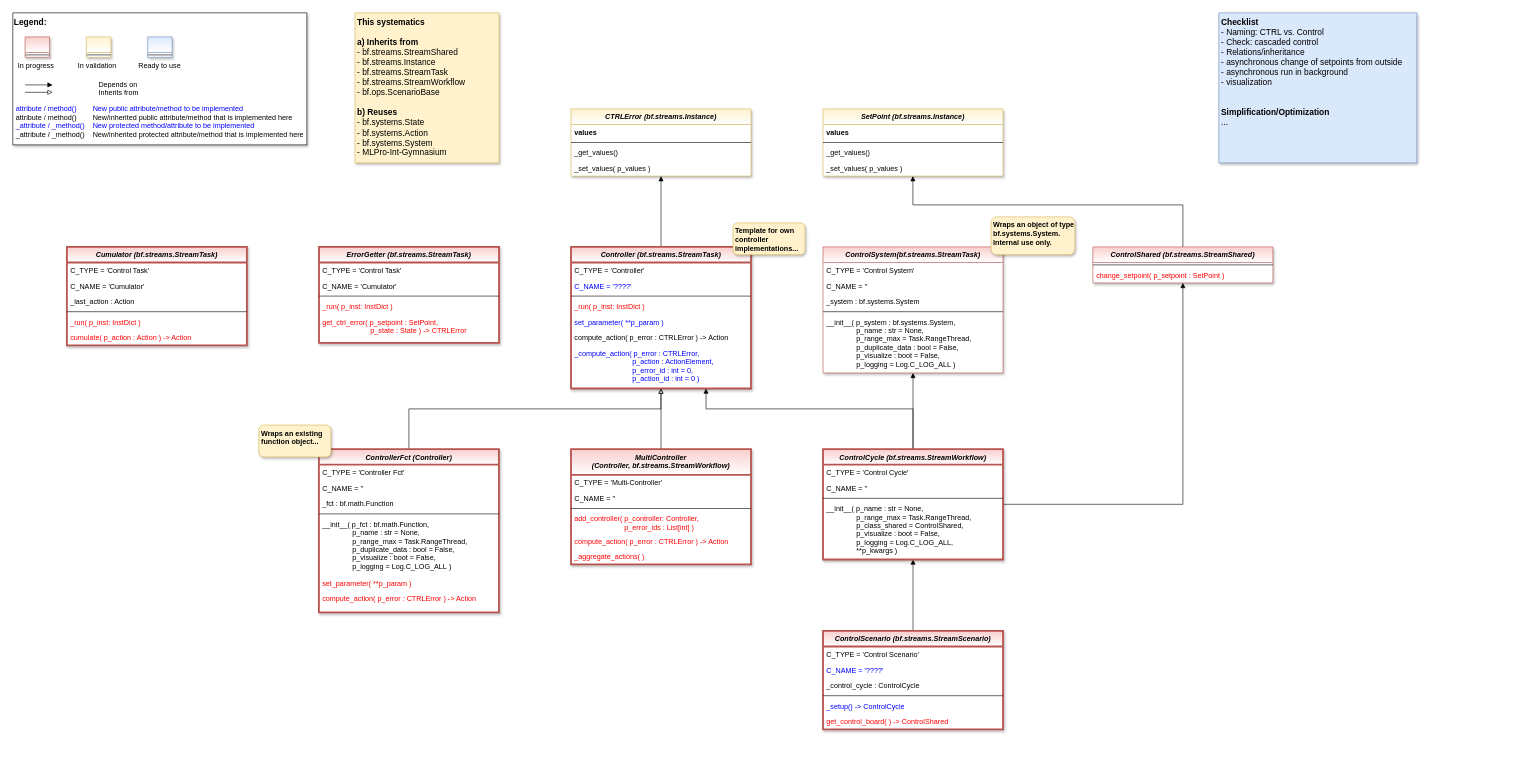
The draw.io diagram doc/rtd/content/99_appendices/appendix2/sub/core/mlpro_bf/layer3_application_support/images/MLPro-BF-Control_class_diagram.drawio in fhswf/MLPro, before the edit. Source tidied: cells renumbered, new cells numbered last; positions are measured from the earlier drawing's top-left corner, leaving out a move shared by most shapes. Both pictures are drawn from the tidied source at 60%, with x=0, y=0 at pixel (13, 13).
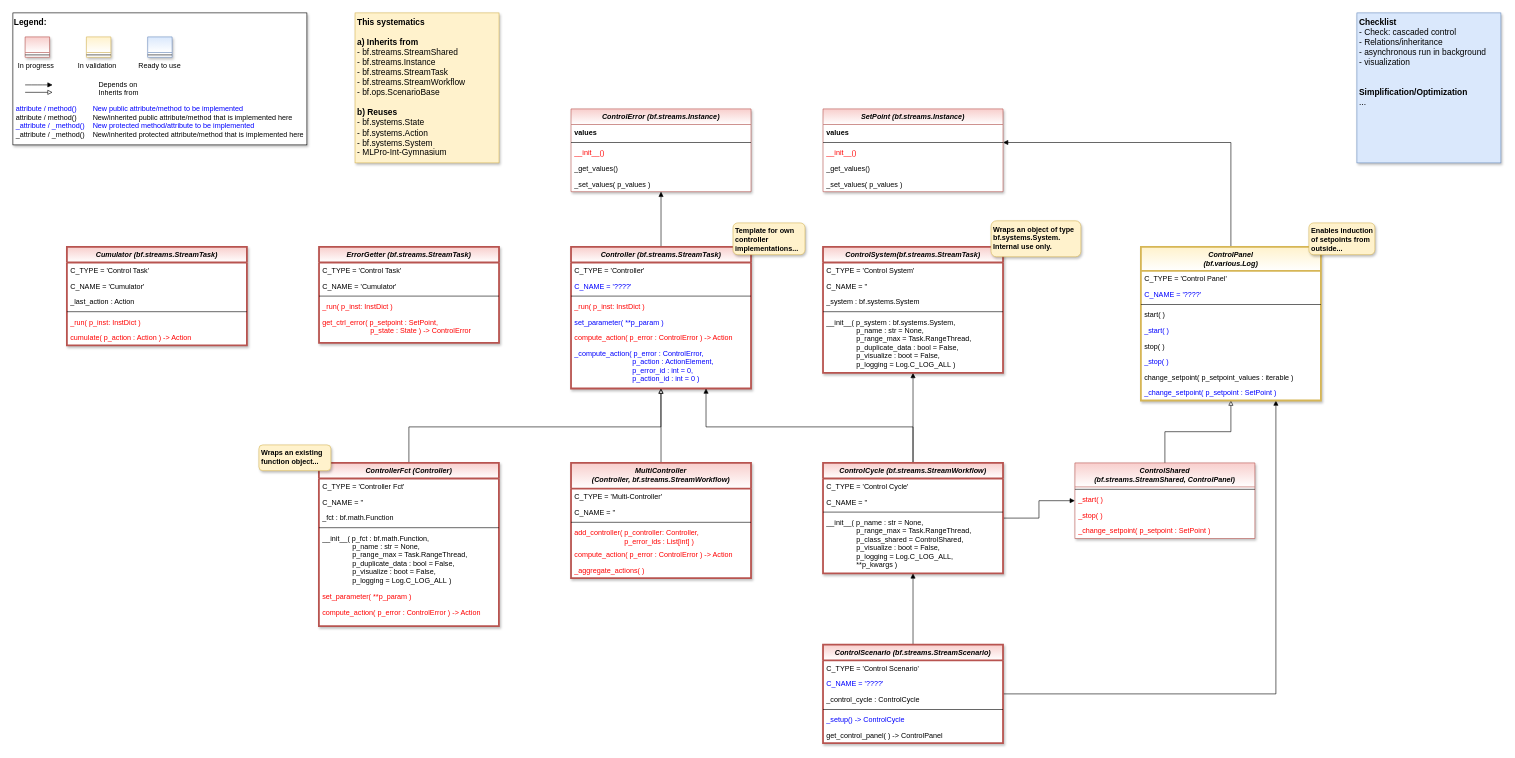
After the change.

Commit message (it also covers changes not shown here):
BF: Basics of closed-loop control #1046

The change refers to these unchanged cells:
```xml
<mxCell id="35" value="ErrorGetter (bf.streams.StreamTask)" style="swimlane;fontStyle=3;align=center;verticalAlign=top;horizontal=1;startSize=26;rounded=0;shadow=1;strokeWidth=3;fillColor=#f8cecc;strokeColor=#b85450;swimlaneFillColor=#ffffff;gradientColor=#FFFFFF;" parent="1" vertex="1">
  <mxGeometry x="510.2" y="390" width="300" height="160" as="geometry" />
</mxCell>
<mxCell id="42" value="Controller (bf.streams.StreamTask)" style="swimlane;fontStyle=3;align=center;verticalAlign=top;horizontal=1;startSize=26;rounded=0;shadow=1;strokeWidth=3;fillColor=#f8cecc;strokeColor=#b85450;swimlaneFillColor=#ffffff;gradientColor=#FFFFFF;" parent="1" vertex="1">
  <mxGeometry x="930.2" y="390" width="300" height="236" as="geometry" />
</mxCell>
```

The edit, as a diff of the source:
```diff
@@
-    <mxCell id="2" value="CTRLError (bf.streams.Instance)" style="swimlane;fontStyle=3;align=center;verticalAlign=top;horizontal=1;startSize=26;rounded=0;shadow=1;strokeWidth=1;fillColor=#fff2cc;strokeColor=#d6b656;swimlaneFillColor=#ffffff;gradientColor=#FFFFFF;" parent="1" vertex="1">
-      <mxGeometry x="930.2" y="160" width="300" height="112" as="geometry" />
+    <mxCell id="2" value="ControlError (bf.streams.Instance)" style="swimlane;fontStyle=3;align=center;verticalAlign=top;horizontal=1;startSize=26;rounded=0;shadow=1;strokeWidth=1;fillColor=#f8cecc;strokeColor=#b85450;swimlaneFillColor=#ffffff;gradientColor=#FFFFFF;" parent="1" vertex="1">
+      <mxGeometry x="930.2" y="160" width="300" height="138" as="geometry" />
     </mxCell>
@@
+    <mxCell id="91" value="__init__()" style="text;align=left;verticalAlign=top;spacingLeft=4;spacingRight=4;overflow=hidden;fontColor=#FF0000;" parent="2" vertex="1">
+      <mxGeometry y="60" width="300" height="26" as="geometry" />
+    </mxCell>
     <mxCell id="5" value="_get_values()" style="text;align=left;verticalAlign=top;spacingLeft=4;spacingRight=4;overflow=hidden;fontColor=default;" parent="2" vertex="1">
-      <mxGeometry y="60" width="300" height="26" as="geometry" />
+      <mxGeometry y="86" width="300" height="26" as="geometry" />
     </mxCell>
     <mxCell id="6" value="_set_values( p_values )" style="text;align=left;verticalAlign=top;spacingLeft=4;spacingRight=4;overflow=hidden;fontColor=default;" parent="2" vertex="1">
-      <mxGeometry y="86" width="300" height="26" as="geometry" />
+      <mxGeometry y="112" width="300" height="26" as="geometry" />
     </mxCell>
-    <mxCell id="7" style="edgeStyle=orthogonalEdgeStyle;rounded=0;jettySize=auto;html=1;endArrow=block;endFill=1;" parent="1" edge="1" source="8" target="57">
-      <mxGeometry relative="1" as="geometry">
-        <Array as="points">
-          <mxPoint x="1950" y="320" />
-          <mxPoint x="1500" y="320" />
-        </Array>
-      </mxGeometry>
+    <mxCell id="7" style="edgeStyle=orthogonalEdgeStyle;rounded=0;jettySize=auto;html=1;endArrow=block;endFill=0;" parent="1" edge="1" source="8" target="98">
+      <mxGeometry relative="1" as="geometry" />
     </mxCell>
-    <mxCell id="8" value="ControlShared (bf.streams.StreamShared)" style="swimlane;fontStyle=3;align=center;verticalAlign=top;horizontal=1;startSize=26;rounded=0;shadow=1;strokeWidth=1;fillColor=#f8cecc;strokeColor=#b85450;swimlaneFillColor=#ffffff;gradientColor=#FFFFFF;" parent="1" vertex="1">
-      <mxGeometry x="1800" y="390" width="300" height="60" as="geometry" />
+    <mxCell id="8" value="ControlShared &#10;(bf.streams.StreamShared, ControlPanel)" style="swimlane;fontStyle=3;align=center;verticalAlign=top;horizontal=1;startSize=40;rounded=0;shadow=1;strokeWidth=1;fillColor=#f8cecc;strokeColor=#b85450;swimlaneFillColor=#ffffff;gradientColor=#FFFFFF;" parent="1" vertex="1">
+      <mxGeometry x="1770" y="750" width="300" height="126" as="geometry" />
     </mxCell>
     <mxCell id="9" style="line;html=1;strokeWidth=1;align=left;verticalAlign=middle;spacingTop=-1;spacingLeft=3;spacingRight=3;labelPosition=right;" parent="8" vertex="1">
-      <mxGeometry y="26" width="300" height="8" as="geometry" />
+      <mxGeometry y="40" width="300" height="8" as="geometry" />
     </mxCell>
-    <mxCell id="10" value="change_setpoint( p_setpoint : SetPoint )" style="text;align=left;verticalAlign=top;spacingLeft=4;spacingRight=4;overflow=hidden;fontColor=#FF0000;" parent="8" vertex="1">
-      <mxGeometry y="34" width="300" height="26" as="geometry" />
-    </mxCell>
+    <mxCell id="92" value="_start( )" style="text;align=left;verticalAlign=top;spacingLeft=4;spacingRight=4;overflow=hidden;fontColor=#FF0000;" parent="8" vertex="1">
+      <mxGeometry y="48" width="300" height="26" as="geometry" />
+    </mxCell>
+    <mxCell id="93" value="_stop( )" style="text;align=left;verticalAlign=top;spacingLeft=4;spacingRight=4;overflow=hidden;fontColor=#FF0000;" parent="8" vertex="1">
+      <mxGeometry y="74" width="300" height="26" as="geometry" />
+    </mxCell>
+    <mxCell id="94" value="_change_setpoint( p_setpoint : SetPoint )" style="text;align=left;verticalAlign=top;spacingLeft=4;spacingRight=4;overflow=hidden;fontColor=#FF0000;" parent="8" vertex="1">
+      <mxGeometry y="100" width="300" height="26" as="geometry" />
+    </mxCell>
@@
     <mxCell id="12" value="MultiController&#10;(Controller, bf.streams.StreamWorkflow)" style="swimlane;fontStyle=3;align=center;verticalAlign=top;horizontal=1;startSize=43;rounded=0;shadow=1;strokeWidth=3;fillColor=#f8cecc;strokeColor=#b85450;swimlaneFillColor=#ffffff;gradientColor=#FFFFFF;" parent="1" vertex="1">
-      <mxGeometry x="930.2" y="727" width="300" height="192" as="geometry" />
+      <mxGeometry x="930.2" y="750" width="300" height="192" as="geometry" />
     </mxCell>
@@
-    <mxCell id="17" value="compute_action( p_error : CTRLError ) -&gt; Action" style="text;align=left;verticalAlign=top;spacingLeft=4;spacingRight=4;overflow=hidden;fontColor=#FF0000;" parent="12" vertex="1">
+    <mxCell id="17" value="compute_action( p_error : ControlError ) -&gt; Action" style="text;align=left;verticalAlign=top;spacingLeft=4;spacingRight=4;overflow=hidden;fontColor=#FF0000;" parent="12" vertex="1">
       <mxGeometry y="140" width="300" height="26" as="geometry" />
     </mxCell>
@@
-    <mxCell id="19" style="edgeStyle=orthogonalEdgeStyle;rounded=0;jettySize=auto;html=1;fontColor=#FF0000;endArrow=block;endFill=1;" parent="1" edge="1" source="52" target="8">
-      <mxGeometry relative="1" as="geometry" />
-    </mxCell>
@@
+    <mxCell id="95" style="edgeStyle=orthogonalEdgeStyle;rounded=0;jettySize=auto;html=1;fontColor=#FF0000;endArrow=block;endFill=1;entryX=0.75;entryY=1;entryDx=0;entryDy=0;" parent="1" edge="1" source="21" target="98">
+      <mxGeometry relative="1" as="geometry" />
+    </mxCell>
     <mxCell id="21" value="ControlScenario (bf.streams.StreamScenario)" style="swimlane;fontStyle=3;align=center;verticalAlign=top;horizontal=1;startSize=26;rounded=0;shadow=1;strokeWidth=3;fillColor=#f8cecc;strokeColor=#b85450;swimlaneFillColor=#ffffff;gradientColor=#FFFFFF;" parent="1" vertex="1">
-      <mxGeometry x="1350.2" y="1030" width="300" height="164" as="geometry" />
+      <mxGeometry x="1350.2" y="1053" width="300" height="164" as="geometry" />
     </mxCell>
@@
-    <mxCell id="27" value="get_control_board( ) -&gt; ControlShared" style="text;align=left;verticalAlign=top;spacingLeft=4;spacingRight=4;overflow=hidden;fontColor=#FF0000;" parent="21" vertex="1">
+    <mxCell id="27" value="get_control_panel( ) -&gt; ControlPanel" style="text;align=left;verticalAlign=top;spacingLeft=4;spacingRight=4;overflow=hidden;fontColor=default;" parent="21" vertex="1">
       <mxGeometry y="138" width="300" height="26" as="geometry" />
     </mxCell>
@@
-    <mxCell id="40" value="get_ctrl_error( p_setpoint : SetPoint, &#10;                        p_state : State ) -&gt; CTRLError" style="text;align=left;verticalAlign=top;spacingLeft=4;spacingRight=4;overflow=hidden;fontColor=#FF0000;" parent="35" vertex="1">
+    <mxCell id="40" value="get_ctrl_error( p_setpoint : SetPoint, &#10;                        p_state : State ) -&gt; ControlError" style="text;align=left;verticalAlign=top;spacingLeft=4;spacingRight=4;overflow=hidden;fontColor=#FF0000;" parent="35" vertex="1">
       <mxGeometry y="112" width="300" height="38" as="geometry" />
     </mxCell>
@@
-    <mxCell id="48" value="compute_action( p_error : CTRLError ) -&gt; Action" style="text;align=left;verticalAlign=top;spacingLeft=4;spacingRight=4;overflow=hidden;fontColor=default;" parent="42" vertex="1">
+    <mxCell id="48" value="compute_action( p_error : ControlError ) -&gt; Action" style="text;align=left;verticalAlign=top;spacingLeft=4;spacingRight=4;overflow=hidden;fontColor=#FF0000;" parent="42" vertex="1">
       <mxGeometry y="138" width="300" height="26" as="geometry" />
     </mxCell>
-    <mxCell id="49" value="_compute_action( p_error : CTRLError, &#10;                             p_action : ActionElement,&#10;                             p_error_id : int = 0,&#10;                             p_action_id : int = 0 )" style="text;align=left;verticalAlign=top;spacingLeft=4;spacingRight=4;overflow=hidden;fontColor=#0000FF;" parent="42" vertex="1">
+    <mxCell id="49" value="_compute_action( p_error : ControlError, &#10;                             p_action : ActionElement,&#10;                             p_error_id : int = 0,&#10;                             p_action_id : int = 0 )" style="text;align=left;verticalAlign=top;spacingLeft=4;spacingRight=4;overflow=hidden;fontColor=#0000FF;" parent="42" vertex="1">
       <mxGeometry y="164" width="300" height="72" as="geometry" />
     </mxCell>
     <mxCell id="50" style="edgeStyle=orthogonalEdgeStyle;rounded=0;jettySize=auto;html=1;fontColor=#FF0000;endArrow=block;endFill=1;entryX=0.75;entryY=1;entryDx=0;entryDy=0;" parent="1" edge="1" source="52" target="42">
       <mxGeometry relative="1" as="geometry">
         <Array as="points">
-          <mxPoint x="1500" y="660" />
-          <mxPoint x="1155" y="660" />
+          <mxPoint x="1500" y="690" />
+          <mxPoint x="1155" y="690" />
         </Array>
       </mxGeometry>
     </mxCell>
@@
+    <mxCell id="19" style="edgeStyle=orthogonalEdgeStyle;rounded=0;jettySize=auto;html=1;entryX=0;entryY=0.5;entryDx=0;entryDy=0;fontColor=#FF0000;endArrow=block;endFill=1;" parent="1" edge="1" source="52" target="8">
+      <mxGeometry relative="1" as="geometry" />
+    </mxCell>
     <mxCell id="52" value="ControlCycle (bf.streams.StreamWorkflow)" style="swimlane;fontStyle=3;align=center;verticalAlign=top;horizontal=1;startSize=26;rounded=0;shadow=1;strokeWidth=3;fillColor=#f8cecc;strokeColor=#b85450;swimlaneFillColor=#ffffff;gradientColor=#FFFFFF;" parent="1" vertex="1">
-      <mxGeometry x="1350.2" y="727" width="300" height="184" as="geometry" />
+      <mxGeometry x="1350.2" y="750" width="300" height="184" as="geometry" />
     </mxCell>
@@
-    <mxCell id="57" value="SetPoint (bf.streams.Instance)" style="swimlane;fontStyle=3;align=center;verticalAlign=top;horizontal=1;startSize=26;rounded=0;shadow=1;strokeWidth=1;fillColor=#fff2cc;strokeColor=#d6b656;swimlaneFillColor=#ffffff;gradientColor=#FFFFFF;" parent="1" vertex="1">
-      <mxGeometry x="1350.2" y="160" width="300" height="112" as="geometry" />
+    <mxCell id="57" value="SetPoint (bf.streams.Instance)" style="swimlane;fontStyle=3;align=center;verticalAlign=top;horizontal=1;startSize=26;rounded=0;shadow=1;strokeWidth=1;fillColor=#f8cecc;strokeColor=#b85450;swimlaneFillColor=#ffffff;gradientColor=#FFFFFF;" parent="1" vertex="1">
+      <mxGeometry x="1350.2" y="160" width="300" height="138" as="geometry" />
     </mxCell>
@@
+    <mxCell id="96" value="__init__()" style="text;align=left;verticalAlign=top;spacingLeft=4;spacingRight=4;overflow=hidden;fontColor=#FF0000;" parent="57" vertex="1">
+      <mxGeometry y="60" width="300" height="26" as="geometry" />
+    </mxCell>
     <mxCell id="60" value="_get_values()" style="text;align=left;verticalAlign=top;spacingLeft=4;spacingRight=4;overflow=hidden;fontColor=default;" parent="57" vertex="1">
-      <mxGeometry y="60" width="300" height="26" as="geometry" />
+      <mxGeometry y="86" width="300" height="26" as="geometry" />
     </mxCell>
     <mxCell id="61" value="_set_values( p_values )" style="text;align=left;verticalAlign=top;spacingLeft=4;spacingRight=4;overflow=hidden;fontColor=default;" parent="57" vertex="1">
-      <mxGeometry y="86" width="300" height="26" as="geometry" />
+      <mxGeometry y="112" width="300" height="26" as="geometry" />
     </mxCell>
@@
-    <mxCell id="73" value="&lt;span style=&quot;border-color: var(--border-color); font-size: 14px;&quot;&gt;&lt;b&gt;Checklist&lt;br&gt;&lt;/b&gt;- Naming: CTRL vs. Control&lt;br&gt;- Check: cascaded control&lt;br&gt;- Relations/inheritance&lt;br&gt;- asynchronous change of setpoints from outside&lt;br&gt;- asynchronous run in background&lt;br&gt;- visualization&lt;br&gt;&lt;br&gt;&lt;br&gt;&lt;b&gt;Simplification/Optimization&lt;/b&gt;&lt;br&gt;...&lt;br style=&quot;font-size: 14px;&quot;&gt;&lt;/span&gt;" style="rounded=0;whiteSpace=wrap;html=1;align=left;spacingLeft=2;verticalAlign=top;fillColor=#dae8fc;strokeColor=#6c8ebf;shadow=1;fontSize=14;" parent="1" vertex="1">
-      <mxGeometry x="2010" width="330" height="250" as="geometry" />
+    <mxCell id="73" value="&lt;span style=&quot;border-color: var(--border-color); font-size: 14px;&quot;&gt;&lt;b&gt;Checklist&lt;br&gt;&lt;/b&gt;- Check: cascaded control&lt;br&gt;- Relations/inheritance&lt;br&gt;- asynchronous run in background&lt;br&gt;- visualization&lt;br&gt;&lt;br&gt;&lt;br&gt;&lt;b&gt;Simplification/Optimization&lt;/b&gt;&lt;br&gt;...&lt;br style=&quot;font-size: 14px;&quot;&gt;&lt;/span&gt;" style="rounded=0;whiteSpace=wrap;html=1;align=left;spacingLeft=2;verticalAlign=top;fillColor=#dae8fc;strokeColor=#6c8ebf;shadow=1;fontSize=14;" parent="1" vertex="1">
+      <mxGeometry x="2240" width="240" height="250" as="geometry" />
     </mxCell>
-    <mxCell id="74" value="ControlSystem(bf.streams.StreamTask)" style="swimlane;fontStyle=3;align=center;verticalAlign=top;horizontal=1;startSize=26;rounded=0;shadow=1;strokeWidth=1;fillColor=#f8cecc;strokeColor=#b85450;swimlaneFillColor=#ffffff;gradientColor=#FFFFFF;" parent="1" vertex="1">
+    <mxCell id="74" value="ControlSystem(bf.streams.StreamTask)" style="swimlane;fontStyle=3;align=center;verticalAlign=top;horizontal=1;startSize=26;rounded=0;shadow=1;strokeWidth=3;fillColor=#f8cecc;strokeColor=#b85450;swimlaneFillColor=#ffffff;gradientColor=#FFFFFF;" parent="1" vertex="1">
       <mxGeometry x="1350.2" y="390" width="300" height="210" as="geometry" />
     </mxCell>
@@
     <mxCell id="80" value="&lt;b style=&quot;border-color: var(--border-color);&quot;&gt;Wraps an object of type bf.systems.System.&lt;br&gt;Internal use only.&lt;br&gt;&lt;/b&gt;" style="rounded=1;whiteSpace=wrap;html=1;align=left;spacingLeft=2;verticalAlign=top;fillColor=#fff2cc;strokeColor=#d6b656;gradientColor=none;shadow=1;" parent="1" vertex="1">
-      <mxGeometry x="1630.2" y="340" width="139.8" height="63" as="geometry" />
+      <mxGeometry x="1630.2" y="346.5" width="149.8" height="60" as="geometry" />
     </mxCell>
     <mxCell id="81" style="edgeStyle=orthogonalEdgeStyle;rounded=0;jettySize=auto;html=1;fontColor=default;endArrow=block;endFill=0;" parent="1" edge="1" source="82" target="42">
       <mxGeometry relative="1" as="geometry">
         <Array as="points">
-          <mxPoint x="660" y="660" />
-          <mxPoint x="1080" y="660" />
+          <mxPoint x="660" y="690" />
+          <mxPoint x="1080" y="690" />
         </Array>
       </mxGeometry>
     </mxCell>
     <mxCell id="82" value="ControllerFct (Controller)" style="swimlane;fontStyle=3;align=center;verticalAlign=top;horizontal=1;startSize=26;rounded=0;shadow=1;strokeWidth=3;fillColor=#f8cecc;strokeColor=#b85450;swimlaneFillColor=#ffffff;gradientColor=#FFFFFF;" parent="1" vertex="1">
-      <mxGeometry x="510" y="727" width="300" height="272" as="geometry" />
+      <mxGeometry x="510" y="750" width="300" height="272" as="geometry" />
     </mxCell>
@@
-    <mxCell id="89" value="compute_action( p_error : CTRLError ) -&gt; Action" style="text;align=left;verticalAlign=top;spacingLeft=4;spacingRight=4;overflow=hidden;fontColor=#FF0000;" parent="82" vertex="1">
+    <mxCell id="89" value="compute_action( p_error : ControlError ) -&gt; Action" style="text;align=left;verticalAlign=top;spacingLeft=4;spacingRight=4;overflow=hidden;fontColor=#FF0000;" parent="82" vertex="1">
       <mxGeometry y="236" width="300" height="26" as="geometry" />
     </mxCell>
     <mxCell id="90" value="&lt;b style=&quot;border-color: var(--border-color);&quot;&gt;Wraps an existing function object...&lt;/b&gt;" style="rounded=1;whiteSpace=wrap;html=1;align=left;spacingLeft=2;verticalAlign=top;fillColor=#fff2cc;strokeColor=#d6b656;gradientColor=none;shadow=1;" parent="1" vertex="1">
-      <mxGeometry x="410" y="687" width="120" height="53" as="geometry" />
+      <mxGeometry x="410" y="720" width="120" height="43" as="geometry" />
     </mxCell>
+    <mxCell id="97" style="edgeStyle=orthogonalEdgeStyle;rounded=0;jettySize=auto;html=1;fontColor=#FF0000;endArrow=block;endFill=1;exitX=0.5;exitY=0;exitDx=0;exitDy=0;" parent="1" edge="1" source="98" target="57">
+      <mxGeometry relative="1" as="geometry">
+        <Array as="points">
+          <mxPoint x="2030" y="216" />
+        </Array>
+      </mxGeometry>
+    </mxCell>
+    <mxCell id="98" value="ControlPanel&#10;(bf.various.Log)" style="swimlane;fontStyle=3;align=center;verticalAlign=top;horizontal=1;startSize=40;rounded=0;shadow=1;strokeWidth=3;fillColor=#fff2cc;strokeColor=#d6b656;swimlaneFillColor=#ffffff;gradientColor=#FFFFFF;" parent="1" vertex="1">
+      <mxGeometry x="1880" y="390" width="300" height="256" as="geometry" />
+    </mxCell>
+    <mxCell id="99" value="C_TYPE = 'Control Panel'" style="text;align=left;verticalAlign=top;spacingLeft=4;spacingRight=4;overflow=hidden;fontColor=default;" parent="98" vertex="1">
+      <mxGeometry y="40" width="300" height="26" as="geometry" />
+    </mxCell>
+    <mxCell id="100" value="C_NAME = '????'" style="text;align=left;verticalAlign=top;spacingLeft=4;spacingRight=4;overflow=hidden;fontColor=#0000FF;" parent="98" vertex="1">
+      <mxGeometry y="66" width="300" height="26" as="geometry" />
+    </mxCell>
+    <mxCell id="101" style="line;html=1;strokeWidth=1;align=left;verticalAlign=middle;spacingTop=-1;spacingLeft=3;spacingRight=3;labelPosition=right;" parent="98" vertex="1">
+      <mxGeometry y="92" width="300" height="8" as="geometry" />
+    </mxCell>
+    <mxCell id="102" value="start( )" style="text;align=left;verticalAlign=top;spacingLeft=4;spacingRight=4;overflow=hidden;fontColor=default;" parent="98" vertex="1">
+      <mxGeometry y="100" width="300" height="26" as="geometry" />
+    </mxCell>
+    <mxCell id="103" value="_start( )" style="text;align=left;verticalAlign=top;spacingLeft=4;spacingRight=4;overflow=hidden;fontColor=#0000FF;" parent="98" vertex="1">
+      <mxGeometry y="126" width="300" height="26" as="geometry" />
+    </mxCell>
+    <mxCell id="104" value="stop( )" style="text;align=left;verticalAlign=top;spacingLeft=4;spacingRight=4;overflow=hidden;fontColor=default;" parent="98" vertex="1">
+      <mxGeometry y="152" width="300" height="26" as="geometry" />
+    </mxCell>
+    <mxCell id="105" value="_stop( )" style="text;align=left;verticalAlign=top;spacingLeft=4;spacingRight=4;overflow=hidden;fontColor=#0000FF;" parent="98" vertex="1">
+      <mxGeometry y="178" width="300" height="26" as="geometry" />
+    </mxCell>
+    <mxCell id="106" value="change_setpoint( p_setpoint_values : iterable )" style="text;align=left;verticalAlign=top;spacingLeft=4;spacingRight=4;overflow=hidden;fontColor=default;" parent="98" vertex="1">
+      <mxGeometry y="204" width="300" height="26" as="geometry" />
+    </mxCell>
+    <mxCell id="107" value="_change_setpoint( p_setpoint : SetPoint )" style="text;align=left;verticalAlign=top;spacingLeft=4;spacingRight=4;overflow=hidden;fontColor=#0000FF;" parent="98" vertex="1">
+      <mxGeometry y="230" width="300" height="26" as="geometry" />
+    </mxCell>
+    <mxCell id="108" value="&lt;b style=&quot;border-color: var(--border-color);&quot;&gt;Enables induction of setpoints from outside...&lt;br&gt;&lt;/b&gt;" style="rounded=1;whiteSpace=wrap;html=1;align=left;spacingLeft=2;verticalAlign=top;fillColor=#fff2cc;strokeColor=#d6b656;gradientColor=none;shadow=1;" parent="1" vertex="1">
+      <mxGeometry x="2160" y="350" width="110" height="53" as="geometry" />
+    </mxCell>
```
